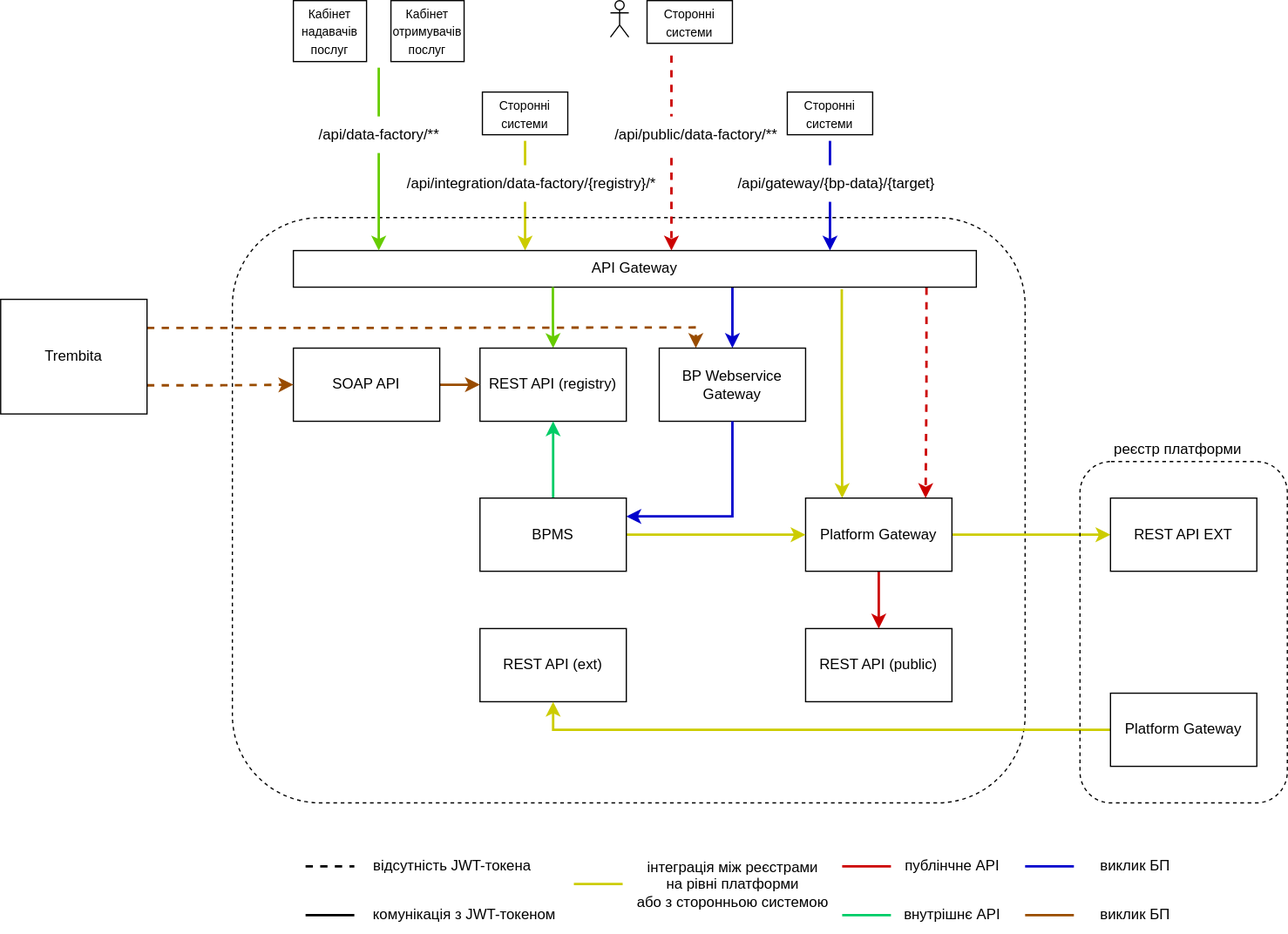
The draw.io diagram docs/ua/modules/arch/images/architecture/registry/operational/registry-management/platform-evolution/public-api/context.svg in epam/edp-ddm-architecture, before a commit. Source tidied: cells renumbered, new cells last; positions are measured from the earlier drawing's top-left corner, leaving out a move shared by most shapes. The source it was exported from:
```xml
<mxGraphModel>
  <root>
    <mxCell id="0" />
    <mxCell id="1" parent="0" />
    <mxCell id="2" style="edgeStyle=orthogonalEdgeStyle;rounded=0;orthogonalLoop=1;jettySize=auto;html=1;exitX=0.5;exitY=1;exitDx=0;exitDy=0;strokeColor=#CCCC00;strokeWidth=2;" parent="1" edge="1">
      <mxGeometry relative="1" as="geometry">
        <mxPoint x="430" y="115" as="sourcePoint" />
        <mxPoint x="430" y="205" as="targetPoint" />
      </mxGeometry>
    </mxCell>
    <mxCell id="3" style="rounded=0;jettySize=auto;html=1;strokeColor=#CC0000;strokeWidth=2;dashed=1;exitX=0.927;exitY=1.01;exitDx=0;exitDy=0;exitPerimeter=0;edgeStyle=orthogonalEdgeStyle;entryX=0.82;entryY=0;entryDx=0;entryDy=0;entryPerimeter=0;" parent="1" edge="1" source="6" target="12">
      <mxGeometry relative="1" as="geometry" />
    </mxCell>
    <mxCell id="4" style="edgeStyle=orthogonalEdgeStyle;rounded=0;jettySize=auto;html=1;entryX=0.25;entryY=0;entryDx=0;entryDy=0;strokeWidth=2;strokeColor=#CCCC00;exitX=0.803;exitY=1.059;exitDx=0;exitDy=0;exitPerimeter=0;entryPerimeter=0;" parent="1" edge="1" source="6" target="12">
      <mxGeometry relative="1" as="geometry" />
    </mxCell>
    <mxCell id="5" style="edgeStyle=orthogonalEdgeStyle;rounded=0;jettySize=auto;html=1;entryX=0.5;entryY=0;entryDx=0;entryDy=0;strokeColor=#0000CC;strokeWidth=2;" parent="1" edge="1" target="17">
      <mxGeometry relative="1" as="geometry">
        <mxPoint x="600" y="235" as="sourcePoint" />
      </mxGeometry>
    </mxCell>
    <mxCell id="6" value="API Gateway" style="rounded=0;whiteSpace=wrap;html=1;points=[[0,0,0,0,0],[0,0.25,0,0,0],[0,0.5,0,0,0],[0,0.75,0,0,0],[0,1,0,0,0],[0.13,1,0,0,0],[0.25,0,0,0,0],[0.25,1,0,0,0],[0.38,1,0,0,0],[0.5,0,0,0,0],[0.5,1,0,0,0],[0.63,1,0,0,0],[0.75,0,0,0,0],[0.75,1,0,0,0],[0.88,1,0,0,0],[1,0,0,0,0],[1,0.25,0,0,0],[1,0.5,0,0,0],[1,0.75,0,0,0],[1,1,0,0,0]];" parent="1" vertex="1">
      <mxGeometry x="240" y="205" width="560" height="30" as="geometry" />
    </mxCell>
    <mxCell id="7" style="rounded=1;whiteSpace=wrap;html=1;dashed=1;fillColor=none;" parent="1" vertex="1">
      <mxGeometry x="190" y="178" width="650" height="480" as="geometry" />
    </mxCell>
    <mxCell id="8" value="REST API (public)" style="rounded=0;whiteSpace=wrap;html=1;" parent="1" vertex="1">
      <mxGeometry x="660" y="515" width="120" height="60" as="geometry" />
    </mxCell>
    <mxCell id="9" style="edgeStyle=orthogonalEdgeStyle;rounded=0;orthogonalLoop=1;jettySize=auto;html=1;entryX=0.25;entryY=0;entryDx=0;entryDy=0;strokeColor=#66CC00;strokeWidth=2;startArrow=none;" parent="1" edge="1">
      <mxGeometry relative="1" as="geometry">
        <mxPoint x="310" y="55" as="sourcePoint" />
        <mxPoint x="310" y="205" as="targetPoint" />
      </mxGeometry>
    </mxCell>
    <mxCell id="10" style="edgeStyle=orthogonalEdgeStyle;rounded=0;jettySize=auto;html=1;exitX=0.5;exitY=1;exitDx=0;exitDy=0;entryX=0.5;entryY=0;entryDx=0;entryDy=0;strokeWidth=2;strokeColor=#CC0000;" parent="1" edge="1" source="12" target="8">
      <mxGeometry relative="1" as="geometry" />
    </mxCell>
    <mxCell id="11" style="edgeStyle=orthogonalEdgeStyle;rounded=0;jettySize=auto;html=1;exitX=1;exitY=0.5;exitDx=0;exitDy=0;strokeColor=#CCCC00;strokeWidth=2;entryX=0;entryY=0.5;entryDx=0;entryDy=0;" parent="1" edge="1" source="12" target="13">
      <mxGeometry relative="1" as="geometry" />
    </mxCell>
    <mxCell id="12" value="Platform Gateway" style="rounded=0;whiteSpace=wrap;html=1;points=[[0,0,0,0,0],[0,0.25,0,0,0],[0,0.5,0,0,0],[0,0.75,0,0,0],[0,1,0,0,0],[0.25,0,0,0,0],[0.25,1,0,0,0],[0.5,0,0,0,0],[0.5,1,0,0,0],[0.75,1,0,0,0],[0.82,0,0,0,0],[1,0,0,0,0],[1,0.25,0,0,0],[1,0.5,0,0,0],[1,0.75,0,0,0],[1,1,0,0,0]];" parent="1" vertex="1">
      <mxGeometry x="660" y="408" width="120" height="60" as="geometry" />
    </mxCell>
    <mxCell id="13" value="REST API EXT" style="rounded=0;whiteSpace=wrap;html=1;" parent="1" vertex="1">
      <mxGeometry x="910" y="408" width="120" height="60" as="geometry" />
    </mxCell>
    <mxCell id="14" style="edgeStyle=orthogonalEdgeStyle;rounded=0;jettySize=auto;html=1;exitX=0.38;exitY=1;exitDx=0;exitDy=0;entryX=0.5;entryY=0;entryDx=0;entryDy=0;strokeWidth=2;strokeColor=#66CC00;exitPerimeter=0;" parent="1" edge="1" source="6" target="15">
      <mxGeometry relative="1" as="geometry" />
    </mxCell>
    <mxCell id="15" value="REST API (registry)" style="rounded=0;whiteSpace=wrap;html=1;" parent="1" vertex="1">
      <mxGeometry x="393" y="285" width="120" height="60" as="geometry" />
    </mxCell>
    <mxCell id="16" style="edgeStyle=orthogonalEdgeStyle;rounded=0;jettySize=auto;html=1;exitX=1;exitY=0.25;exitDx=0;exitDy=0;entryX=0.25;entryY=0;entryDx=0;entryDy=0;strokeColor=#994C00;strokeWidth=2;dashed=1;" parent="1" edge="1" source="28" target="17">
      <mxGeometry relative="1" as="geometry">
        <Array as="points">
          <mxPoint x="295" y="268" />
          <mxPoint x="570" y="268" />
        </Array>
      </mxGeometry>
    </mxCell>
    <mxCell id="17" value="BP Webservice Gateway" style="rounded=0;whiteSpace=wrap;html=1;" parent="1" vertex="1">
      <mxGeometry x="540" y="285" width="120" height="60" as="geometry" />
    </mxCell>
    <mxCell id="18" value="/api/integration/data-factory/{registry}/*" style="text;html=1;align=center;verticalAlign=middle;strokeColor=none;fillColor=default;" parent="1" vertex="1">
      <mxGeometry x="320" y="135" width="230" height="30" as="geometry" />
    </mxCell>
    <mxCell id="19" style="edgeStyle=orthogonalEdgeStyle;rounded=0;orthogonalLoop=1;jettySize=auto;html=1;exitX=0.5;exitY=1;exitDx=0;exitDy=0;entryX=0.75;entryY=0;entryDx=0;entryDy=0;strokeColor=#CC0000;strokeWidth=2;dashed=1;entryPerimeter=0;" parent="1" edge="1">
      <mxGeometry relative="1" as="geometry">
        <mxPoint x="550" y="45" as="sourcePoint" />
        <mxPoint x="550" y="205" as="targetPoint" />
      </mxGeometry>
    </mxCell>
    <mxCell id="20" value="/api/data-factory/**" style="text;html=1;align=center;verticalAlign=middle;strokeColor=none;fillColor=default;" parent="1" vertex="1">
      <mxGeometry x="250" y="95" width="120" height="30" as="geometry" />
    </mxCell>
    <mxCell id="21" style="edgeStyle=orthogonalEdgeStyle;rounded=0;jettySize=auto;html=1;exitX=0.5;exitY=0;exitDx=0;exitDy=0;entryX=0.5;entryY=1;entryDx=0;entryDy=0;strokeColor=#00CC66;strokeWidth=2;" parent="1" edge="1" source="24" target="15">
      <mxGeometry relative="1" as="geometry" />
    </mxCell>
    <mxCell id="22" style="edgeStyle=orthogonalEdgeStyle;rounded=0;jettySize=auto;html=1;exitX=1;exitY=0.5;exitDx=0;exitDy=0;strokeColor=#CCCC00;strokeWidth=2;" parent="1" edge="1" source="24" target="12">
      <mxGeometry relative="1" as="geometry" />
    </mxCell>
    <mxCell id="23" style="edgeStyle=orthogonalEdgeStyle;rounded=0;jettySize=auto;html=1;entryX=1;entryY=0.25;entryDx=0;entryDy=0;exitX=0.5;exitY=1;exitDx=0;exitDy=0;strokeColor=#0000CC;strokeWidth=2;" parent="1" edge="1" source="17" target="24">
      <mxGeometry relative="1" as="geometry" />
    </mxCell>
    <mxCell id="24" value="BPMS" style="rounded=0;whiteSpace=wrap;html=1;" parent="1" vertex="1">
      <mxGeometry x="393" y="408" width="120" height="60" as="geometry" />
    </mxCell>
    <mxCell id="25" style="edgeStyle=orthogonalEdgeStyle;rounded=0;jettySize=auto;html=1;exitX=1;exitY=0.5;exitDx=0;exitDy=0;entryX=0;entryY=0.5;entryDx=0;entryDy=0;strokeColor=#994C00;strokeWidth=2;fillColor=#a20025;" parent="1" edge="1" source="26" target="15">
      <mxGeometry relative="1" as="geometry" />
    </mxCell>
    <mxCell id="26" value="SOAP API" style="rounded=0;whiteSpace=wrap;html=1;" parent="1" vertex="1">
      <mxGeometry x="240" y="285" width="120" height="60" as="geometry" />
    </mxCell>
    <mxCell id="27" style="edgeStyle=orthogonalEdgeStyle;rounded=0;jettySize=auto;html=1;exitX=1;exitY=0.75;exitDx=0;exitDy=0;entryX=0;entryY=0.5;entryDx=0;entryDy=0;dashed=1;strokeColor=#994C00;strokeWidth=2;" parent="1" edge="1" source="28" target="26">
      <mxGeometry relative="1" as="geometry" />
    </mxCell>
    <mxCell id="28" value="Trembita" style="rounded=0;whiteSpace=wrap;html=1;" parent="1" vertex="1">
      <mxGeometry y="245" width="120" height="94" as="geometry" />
    </mxCell>
    <mxCell id="29" style="endArrow=none;dashed=1;html=1;rounded=0;strokeColor=#000000;strokeWidth=2;" parent="1" edge="1">
      <mxGeometry relative="1" as="geometry">
        <mxPoint x="250" y="710" as="sourcePoint" />
        <mxPoint x="290" y="710" as="targetPoint" />
      </mxGeometry>
    </mxCell>
    <mxCell id="30" value="відсутність JWT-токена" style="text;html=1;align=center;verticalAlign=middle;strokeColor=none;fillColor=none;" parent="1" vertex="1">
      <mxGeometry x="290" y="695" width="160" height="30" as="geometry" />
    </mxCell>
    <mxCell id="31" style="endArrow=none;html=1;rounded=0;strokeColor=#000000;strokeWidth=2;" parent="1" edge="1">
      <mxGeometry relative="1" as="geometry">
        <mxPoint x="250" y="750" as="sourcePoint" />
        <mxPoint x="290" y="750" as="targetPoint" />
      </mxGeometry>
    </mxCell>
    <mxCell id="32" value="комунікація з JWT-токеном" style="text;html=1;align=center;verticalAlign=middle;strokeColor=none;fillColor=none;" parent="1" vertex="1">
      <mxGeometry x="290" y="735" width="180" height="30" as="geometry" />
    </mxCell>
    <mxCell id="33" style="endArrow=none;html=1;rounded=0;strokeColor=#00CC66;strokeWidth=2;" parent="1" edge="1">
      <mxGeometry relative="1" as="geometry">
        <mxPoint x="690" y="750" as="sourcePoint" />
        <mxPoint x="730" y="750" as="targetPoint" />
      </mxGeometry>
    </mxCell>
    <mxCell id="34" value="внутрішнє API" style="text;html=1;align=center;verticalAlign=middle;strokeColor=none;fillColor=none;" parent="1" vertex="1">
      <mxGeometry x="730" y="735" width="100" height="30" as="geometry" />
    </mxCell>
    <mxCell id="35" style="endArrow=none;html=1;rounded=0;strokeColor=#CCCC00;strokeWidth=2;" parent="1" edge="1">
      <mxGeometry relative="1" as="geometry">
        <mxPoint x="470" y="724.5" as="sourcePoint" />
        <mxPoint x="510" y="724.5" as="targetPoint" />
      </mxGeometry>
    </mxCell>
    <mxCell id="36" value="інтеграція між реєстрами &lt;br&gt;на рівні платформи &lt;br&gt;або з сторонньою системою" style="text;align=center;verticalAlign=middle;strokeColor=none;fillColor=none;html=1;labelBorderColor=none;labelBackgroundColor=none;fontColor=default;" parent="1" vertex="1">
      <mxGeometry x="510" y="695" width="180" height="60" as="geometry" />
    </mxCell>
    <mxCell id="37" style="endArrow=none;html=1;rounded=0;strokeColor=#CC0000;strokeWidth=2;" parent="1" edge="1">
      <mxGeometry relative="1" as="geometry">
        <mxPoint x="690" y="710" as="sourcePoint" />
        <mxPoint x="730" y="710" as="targetPoint" />
      </mxGeometry>
    </mxCell>
    <mxCell id="38" value="публінчне API" style="text;html=1;align=center;verticalAlign=middle;strokeColor=none;fillColor=none;" parent="1" vertex="1">
      <mxGeometry x="730" y="695" width="100" height="30" as="geometry" />
    </mxCell>
    <mxCell id="39" value="/api/public/data-factory/**" style="text;html=1;align=center;verticalAlign=middle;strokeColor=none;fillColor=default;" parent="1" vertex="1">
      <mxGeometry x="490" y="95" width="160" height="30" as="geometry" />
    </mxCell>
    <mxCell id="40" style="shape=umlActor;verticalLabelPosition=bottom;verticalAlign=top;html=1;" parent="1" vertex="1">
      <mxGeometry x="500" width="15" height="30" as="geometry" />
    </mxCell>
    <mxCell id="41" value="&lt;font style=&quot;font-size: 10px;&quot;&gt;Сторонні системи&lt;/font&gt;" style="rounded=0;whiteSpace=wrap;html=1;" parent="1" vertex="1">
      <mxGeometry x="530" width="70" height="35" as="geometry" />
    </mxCell>
    <mxCell id="42" value="&lt;font style=&quot;font-size: 10px;&quot;&gt;Сторонні системи&lt;/font&gt;" style="rounded=0;whiteSpace=wrap;html=1;" parent="1" vertex="1">
      <mxGeometry x="395" y="75" width="70" height="35" as="geometry" />
    </mxCell>
    <mxCell id="43" value="&lt;font style=&quot;font-size: 10px;&quot;&gt;Кабінет&lt;br&gt;надавачів послуг&lt;/font&gt;" style="rounded=0;whiteSpace=wrap;html=1;" parent="1" vertex="1">
      <mxGeometry x="240" width="60" height="50" as="geometry" />
    </mxCell>
    <mxCell id="44" value="&lt;font style=&quot;font-size: 10px;&quot;&gt;Кабінет&lt;br&gt;отримувачів послуг&lt;/font&gt;" style="rounded=0;whiteSpace=wrap;html=1;" parent="1" vertex="1">
      <mxGeometry x="320" width="60" height="50" as="geometry" />
    </mxCell>
    <mxCell id="45" style="edgeStyle=orthogonalEdgeStyle;rounded=0;orthogonalLoop=1;jettySize=auto;html=1;exitX=0.5;exitY=1;exitDx=0;exitDy=0;strokeColor=#0000CC;strokeWidth=2;" parent="1" edge="1">
      <mxGeometry relative="1" as="geometry">
        <mxPoint x="680" y="115" as="sourcePoint" />
        <mxPoint x="680" y="205" as="targetPoint" />
      </mxGeometry>
    </mxCell>
    <mxCell id="46" value="&lt;font style=&quot;font-size: 10px;&quot;&gt;Сторонні системи&lt;/font&gt;" style="rounded=0;whiteSpace=wrap;html=1;" parent="1" vertex="1">
      <mxGeometry x="645" y="75" width="70" height="35" as="geometry" />
    </mxCell>
    <mxCell id="47" value="/api/gateway/{bp-data}/{target}" style="text;html=1;align=center;verticalAlign=middle;strokeColor=none;fillColor=default;" parent="1" vertex="1">
      <mxGeometry x="595" y="135" width="180" height="30" as="geometry" />
    </mxCell>
    <mxCell id="48" value="REST API (ext)" style="rounded=0;whiteSpace=wrap;html=1;" parent="1" vertex="1">
      <mxGeometry x="393" y="515" width="120" height="60" as="geometry" />
    </mxCell>
    <mxCell id="49" style="edgeStyle=orthogonalEdgeStyle;rounded=0;jettySize=auto;html=1;entryX=0.5;entryY=1;entryDx=0;entryDy=0;strokeColor=#CCCC00;strokeWidth=2;exitX=0;exitY=0.5;exitDx=0;exitDy=0;" parent="1" edge="1" source="50" target="48">
      <mxGeometry relative="1" as="geometry" />
    </mxCell>
    <mxCell id="50" value="Platform Gateway" style="rounded=0;whiteSpace=wrap;html=1;" parent="1" vertex="1">
      <mxGeometry x="910" y="568" width="120" height="60" as="geometry" />
    </mxCell>
    <mxCell id="51" style="endArrow=none;html=1;rounded=0;strokeColor=#0000CC;strokeWidth=2;" parent="1" edge="1">
      <mxGeometry relative="1" as="geometry">
        <mxPoint x="840" y="710" as="sourcePoint" />
        <mxPoint x="880" y="710" as="targetPoint" />
      </mxGeometry>
    </mxCell>
    <mxCell id="52" value="виклик БП" style="text;html=1;align=center;verticalAlign=middle;strokeColor=none;fillColor=none;" parent="1" vertex="1">
      <mxGeometry x="890" y="695" width="80" height="30" as="geometry" />
    </mxCell>
    <mxCell id="53" style="rounded=1;whiteSpace=wrap;html=1;dashed=1;fillColor=none;" parent="1" vertex="1">
      <mxGeometry x="885" y="378" width="170" height="280" as="geometry" />
    </mxCell>
    <mxCell id="54" value="реєстр платформи" style="text;html=1;align=center;verticalAlign=middle;strokeColor=none;fillColor=none;" parent="1" vertex="1">
      <mxGeometry x="900" y="353" width="130" height="30" as="geometry" />
    </mxCell>
    <mxCell id="55" style="endArrow=none;html=1;rounded=0;strokeColor=#994C00;strokeWidth=2;endFill=0;" parent="1" edge="1">
      <mxGeometry relative="1" as="geometry">
        <mxPoint x="840" y="750" as="sourcePoint" />
        <mxPoint x="880" y="750" as="targetPoint" />
      </mxGeometry>
    </mxCell>
    <mxCell id="56" value="виклик БП" style="text;html=1;align=center;verticalAlign=middle;strokeColor=none;fillColor=none;" parent="1" vertex="1">
      <mxGeometry x="890" y="735" width="80" height="30" as="geometry" />
    </mxCell>
  </root>
</mxGraphModel>
```
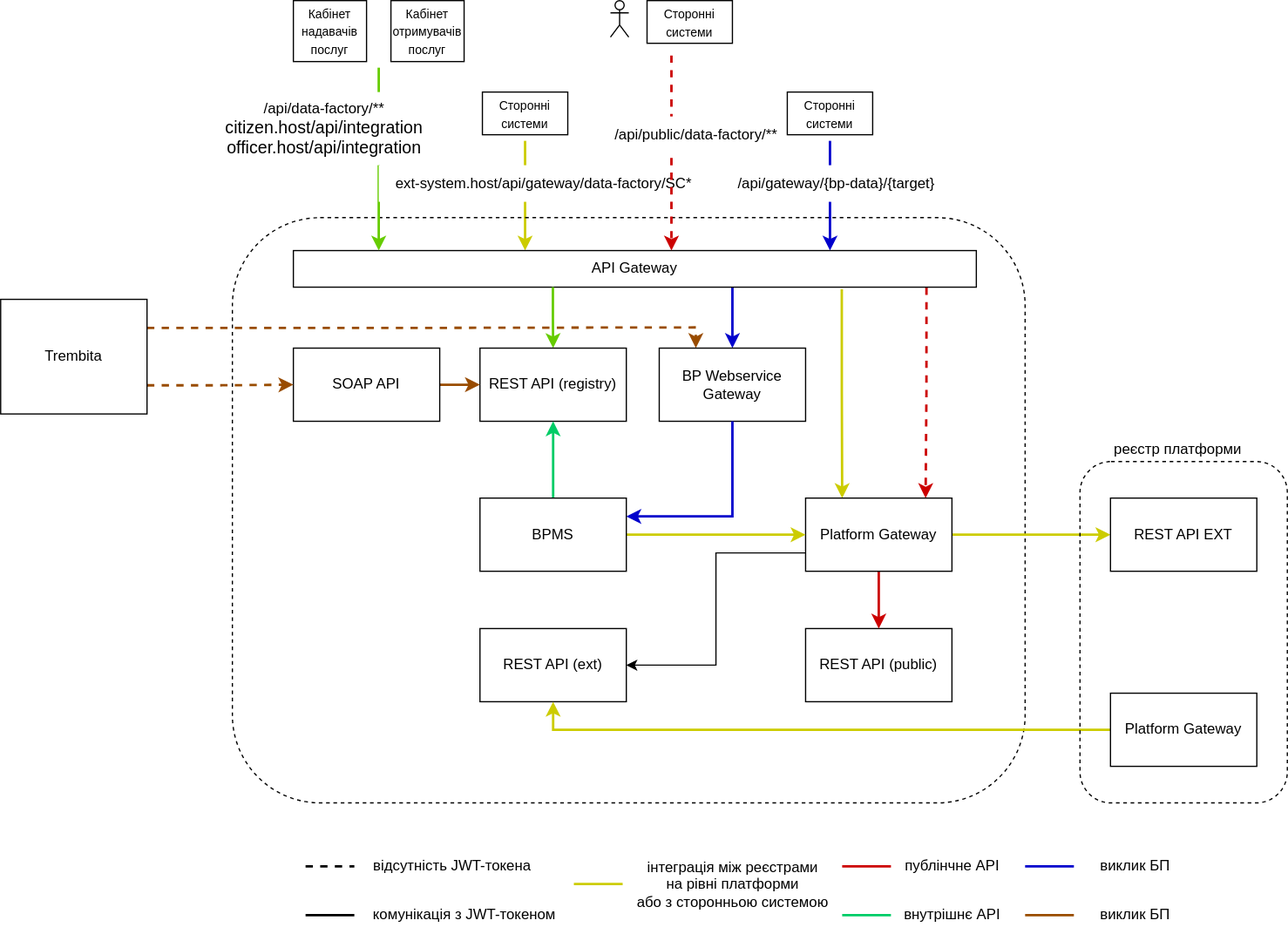
The same diagram one commit later.

The edit, as a diff of the source:
```diff
@@ -40,6 +40,9 @@
     <mxCell id="11" style="edgeStyle=orthogonalEdgeStyle;rounded=0;jettySize=auto;html=1;exitX=1;exitY=0.5;exitDx=0;exitDy=0;strokeColor=#CCCC00;strokeWidth=2;entryX=0;entryY=0.5;entryDx=0;entryDy=0;" parent="1" edge="1" source="12" target="13">
       <mxGeometry relative="1" as="geometry" />
     </mxCell>
+    <mxCell id="57" style="edgeStyle=orthogonalEdgeStyle;rounded=0;jettySize=auto;html=1;exitX=0;exitY=0.75;exitDx=0;exitDy=0;exitPerimeter=0;entryX=1;entryY=0.5;entryDx=0;entryDy=0;" parent="1" edge="1" source="12" target="48">
+      <mxGeometry relative="1" as="geometry" />
+    </mxCell>
     <mxCell id="12" value="Platform Gateway" style="rounded=0;whiteSpace=wrap;html=1;points=[[0,0,0,0,0],[0,0.25,0,0,0],[0,0.5,0,0,0],[0,0.75,0,0,0],[0,1,0,0,0],[0.25,0,0,0,0],[0.25,1,0,0,0],[0.5,0,0,0,0],[0.5,1,0,0,0],[0.75,1,0,0,0],[0.82,0,0,0,0],[1,0,0,0,0],[1,0.25,0,0,0],[1,0.5,0,0,0],[1,0.75,0,0,0],[1,1,0,0,0]];" parent="1" vertex="1">
       <mxGeometry x="660" y="408" width="120" height="60" as="geometry" />
     </mxCell>
@@ -63,8 +66,8 @@
     <mxCell id="17" value="BP Webservice Gateway" style="rounded=0;whiteSpace=wrap;html=1;" parent="1" vertex="1">
       <mxGeometry x="540" y="285" width="120" height="60" as="geometry" />
     </mxCell>
-    <mxCell id="18" value="/api/integration/data-factory/{registry}/*" style="text;html=1;align=center;verticalAlign=middle;strokeColor=none;fillColor=default;" parent="1" vertex="1">
-      <mxGeometry x="320" y="135" width="230" height="30" as="geometry" />
+    <mxCell id="18" value="ext-system.host/api/gateway/data-factory/SC*" style="text;html=1;align=center;verticalAlign=middle;strokeColor=none;fillColor=default;" parent="1" vertex="1">
+      <mxGeometry x="310" y="135" width="270" height="30" as="geometry" />
     </mxCell>
     <mxCell id="19" style="edgeStyle=orthogonalEdgeStyle;rounded=0;orthogonalLoop=1;jettySize=auto;html=1;exitX=0.5;exitY=1;exitDx=0;exitDy=0;entryX=0.75;entryY=0;entryDx=0;entryDy=0;strokeColor=#CC0000;strokeWidth=2;dashed=1;entryPerimeter=0;" parent="1" edge="1">
       <mxGeometry relative="1" as="geometry">
@@ -72,8 +75,8 @@
         <mxPoint x="550" y="205" as="targetPoint" />
       </mxGeometry>
     </mxCell>
-    <mxCell id="20" value="/api/data-factory/**" style="text;html=1;align=center;verticalAlign=middle;strokeColor=none;fillColor=default;" parent="1" vertex="1">
-      <mxGeometry x="250" y="95" width="120" height="30" as="geometry" />
+    <mxCell id="20" value="/api/data-factory/**&lt;br&gt;&lt;span style=&quot;font-family: RedHatText, Overpass, overpass, helvetica, arial, sans-serif; font-size: 14px; text-align: left; background-color: rgb(255, 255, 255);&quot;&gt;citizen.host/api/integration&lt;br&gt;&lt;/span&gt;&lt;span style=&quot;font-family: RedHatText, Overpass, overpass, helvetica, arial, sans-serif; font-size: 14px; text-align: left; background-color: rgb(255, 255, 255);&quot;&gt;officer.host/api/integration&lt;/span&gt;" style="text;html=1;align=center;verticalAlign=middle;strokeColor=none;fillColor=default;" parent="1" vertex="1">
+      <mxGeometry x="170" y="75" width="190" height="60" as="geometry" />
     </mxCell>
     <mxCell id="21" style="edgeStyle=orthogonalEdgeStyle;rounded=0;jettySize=auto;html=1;exitX=0.5;exitY=0;exitDx=0;exitDy=0;entryX=0.5;entryY=1;entryDx=0;entryDy=0;strokeColor=#00CC66;strokeWidth=2;" parent="1" edge="1" source="24" target="15">
       <mxGeometry relative="1" as="geometry" />
```
